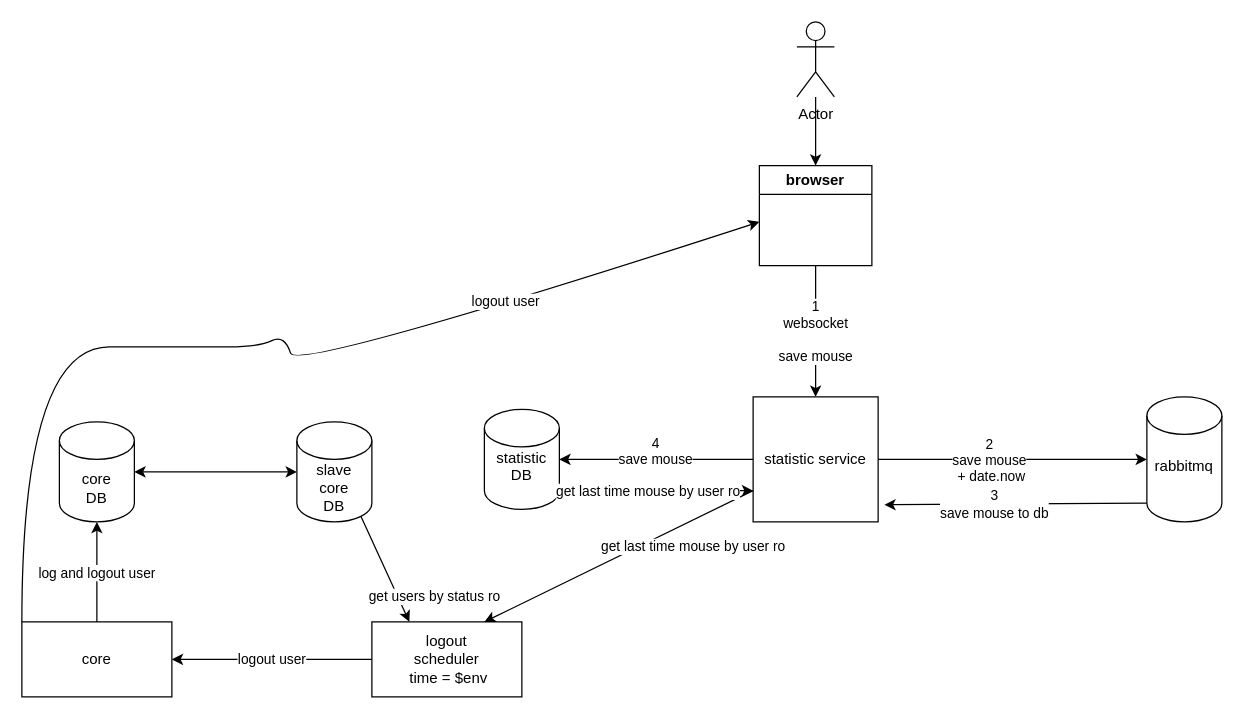
Earlier version of the draw.io diagram mouse actions.drawio (samat-rt/drawio). Source tidied: cells renumbered, new cells numbered last; positions are measured from the earlier drawing's top-left corner, leaving out a move shared by most shapes. Both pictures are drawn from the tidied source at 125%, with x=0, y=0 at pixel (21, 21).
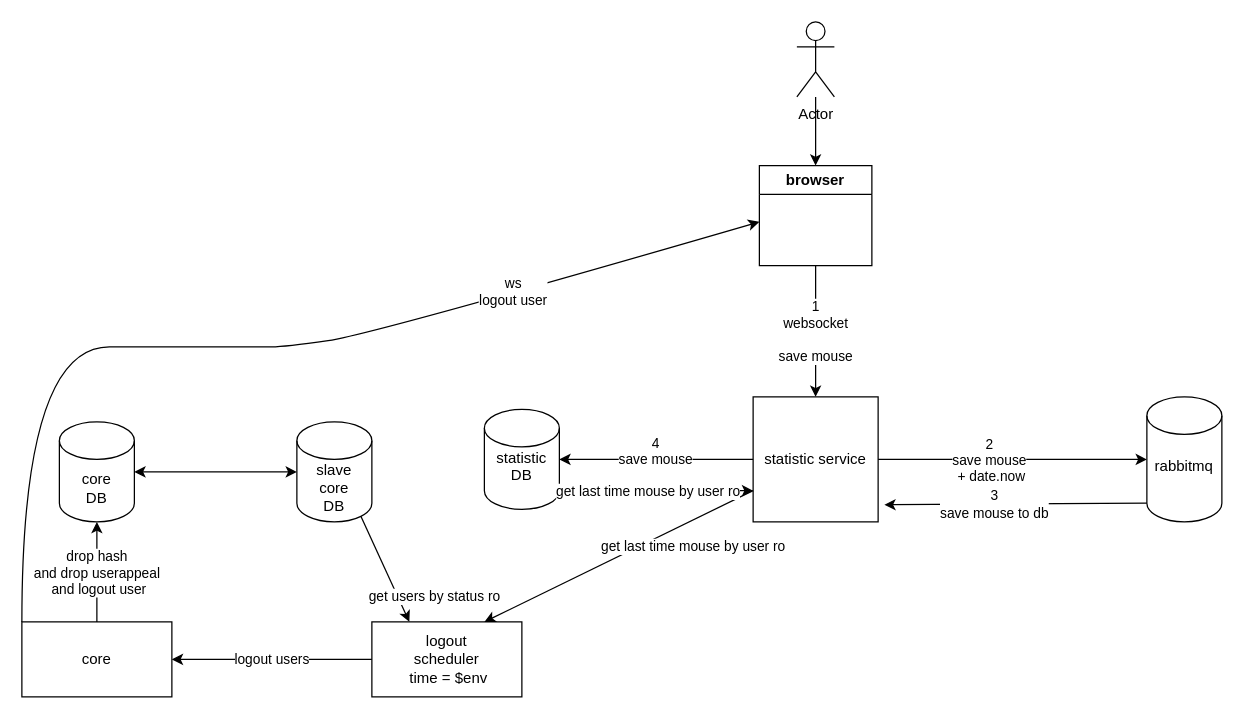
The same diagram, later.

Unchanged cells that the change refers to:
```xml
<mxCell id="14" value="&lt;div&gt;logout &lt;br&gt;&lt;/div&gt;&lt;div&gt;scheduler&lt;br&gt;&lt;/div&gt;&amp;nbsp;time = $env" style="rounded=0;whiteSpace=wrap;html=1;" parent="1" vertex="1">
  <mxGeometry x="280" y="480" width="120" height="60" as="geometry" />
</mxCell>
<mxCell id="16" value="&lt;div&gt;core&lt;/div&gt;" style="rounded=0;whiteSpace=wrap;html=1;" parent="1" vertex="1">
  <mxGeometry y="480" width="120" height="60" as="geometry" />
</mxCell>
<mxCell id="23" style="endArrow=classic;html=1;rounded=0;entryX=0.5;entryY=1;entryDx=0;entryDy=0;entryPerimeter=0;exitX=0.5;exitY=0;exitDx=0;exitDy=0;" parent="1" edge="1" source="16" target="22">
  <mxGeometry relative="1" as="geometry" />
</mxCell>
```

Change to the diagram source:
```diff
@@
-    <mxCell id="19" value="&lt;div&gt;logout user&lt;/div&gt;" style="endArrow=classic;html=1;rounded=0;exitX=0;exitY=0.5;exitDx=0;exitDy=0;entryX=1;entryY=0.5;entryDx=0;entryDy=0;" parent="1" edge="1" source="14" target="16">
+    <mxCell id="19" value="&lt;div&gt;logout users&lt;/div&gt;" style="endArrow=classic;html=1;rounded=0;exitX=0;exitY=0.5;exitDx=0;exitDy=0;entryX=1;entryY=0.5;entryDx=0;entryDy=0;" parent="1" edge="1" source="14" target="16">
       <mxGeometry relative="1" as="geometry" />
     </mxCell>
@@
-    <mxCell id="24" value="log and logout user" style="edgeLabel;html=1;align=center;verticalAlign=middle;" parent="23" vertex="1">
+    <mxCell id="24" value="&lt;div&gt;drop hash &lt;br&gt;&lt;/div&gt;&lt;div&gt;and drop userappeal&lt;/div&gt;&lt;div&gt;&amp;nbsp;and logout user&lt;/div&gt;" style="edgeLabel;html=1;align=center;verticalAlign=middle;" parent="23" vertex="1">
       <mxGeometry y="1" relative="1" as="geometry" />
     </mxCell>
@@
     <mxCell id="26" style="curved=1;endArrow=classic;html=1;rounded=0;exitX=0;exitY=0;exitDx=0;exitDy=0;" parent="1" edge="1" source="16">
       <mxGeometry relative="1" as="geometry">
         <mxPoint x="590" y="160" as="targetPoint" />
         <Array as="points">
           <mxPoint y="260" />
           <mxPoint x="140" y="260" />
           <mxPoint x="190" y="260" />
-          <mxPoint x="210" y="250" />
-          <mxPoint x="220" y="280" />
+          <mxPoint x="210" y="260" />
+          <mxPoint x="280" y="250" />
         </Array>
       </mxGeometry>
     </mxCell>
-    <mxCell id="27" value="&lt;div&gt;logout user&lt;/div&gt;" style="edgeLabel;html=1;align=center;verticalAlign=middle;" parent="26" vertex="1">
+    <mxCell id="27" value="ws &lt;br&gt;&lt;div&gt;logout user&lt;/div&gt;" style="edgeLabel;html=1;align=center;verticalAlign=middle;" parent="26" vertex="1">
       <mxGeometry x="0.5" y="2" relative="1" as="geometry" />
     </mxCell>
```
